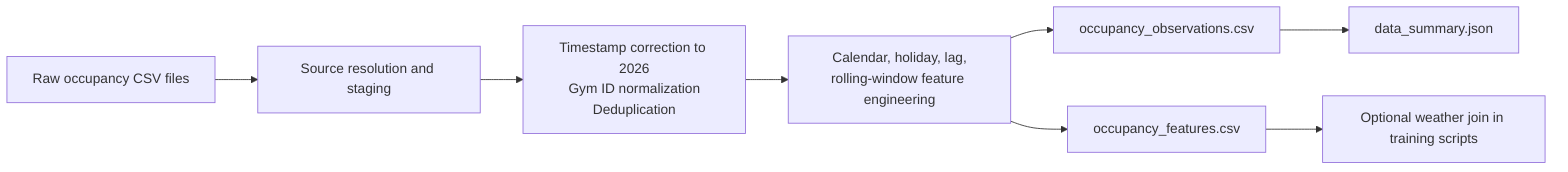
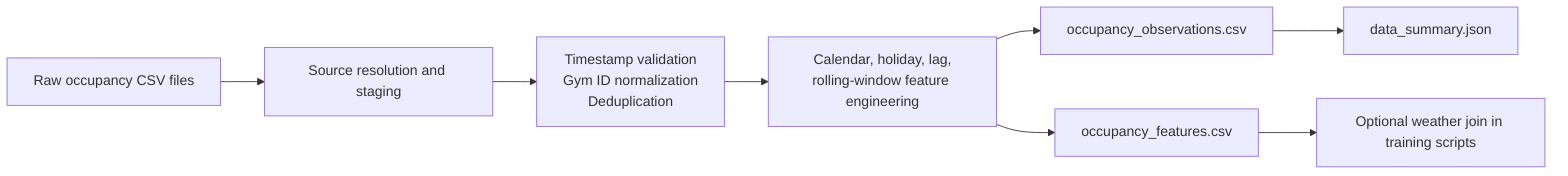
flowchart LR
    raw["Raw occupancy CSV files"] --> copy["Source resolution and staging"]
-     copy --> normalize["Timestamp correction to 2026\nGym ID normalization\nDeduplication"]
+     copy --> normalize["Timestamp validation\nGym ID normalization\nDeduplication"]
    normalize --> features["Calendar, holiday, lag,\nrolling-window feature engineering"]
    features --> observations["occupancy_observations.csv"]
    features --> matrix["occupancy_features.csv"]
    observations --> summary["data_summary.json"]
    matrix --> weatherjoin["Optional weather join in training scripts"]
